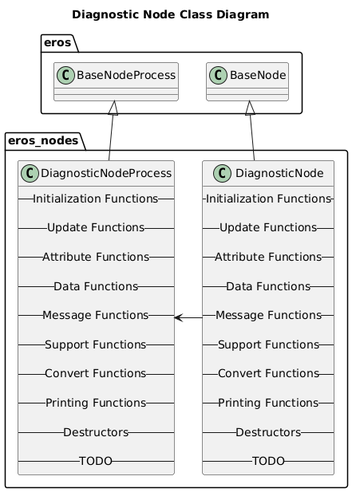
Above: nodes/DiagnosticNode/doc/output/DiagnosticNodeClassDiagram.png in dgitz/eros (PlantUML), before the change. Source of this version:
```plantuml
@startuml
title Diagnostic Node Class Diagram
package eros {
    class BaseNode
    class BaseNodeProcess
}
namespace eros_nodes {
    class DiagnosticNode {
        -- Initialization Functions --

        -- Update Functions --

        -- Attribute Functions --

        -- Data Functions --

        -- Message Functions --

        -- Support Functions --

        -- Convert Functions --

        -- Printing Functions --

        -- Destructors --

        -- TODO --
    }
    class DiagnosticNodeProcess {
        -- Initialization Functions --

        -- Update Functions --

        -- Attribute Functions --

        -- Data Functions --

        -- Message Functions --

        -- Support Functions --

        -- Convert Functions --

        -- Printing Functions --

        -- Destructors --

        -- TODO --
    }

    BaseNode <|-- DiagnosticNode
    BaseNodeProcess <|-- DiagnosticNodeProcess
    DiagnosticNode -> DiagnosticNodeProcess
}

@enduml
```
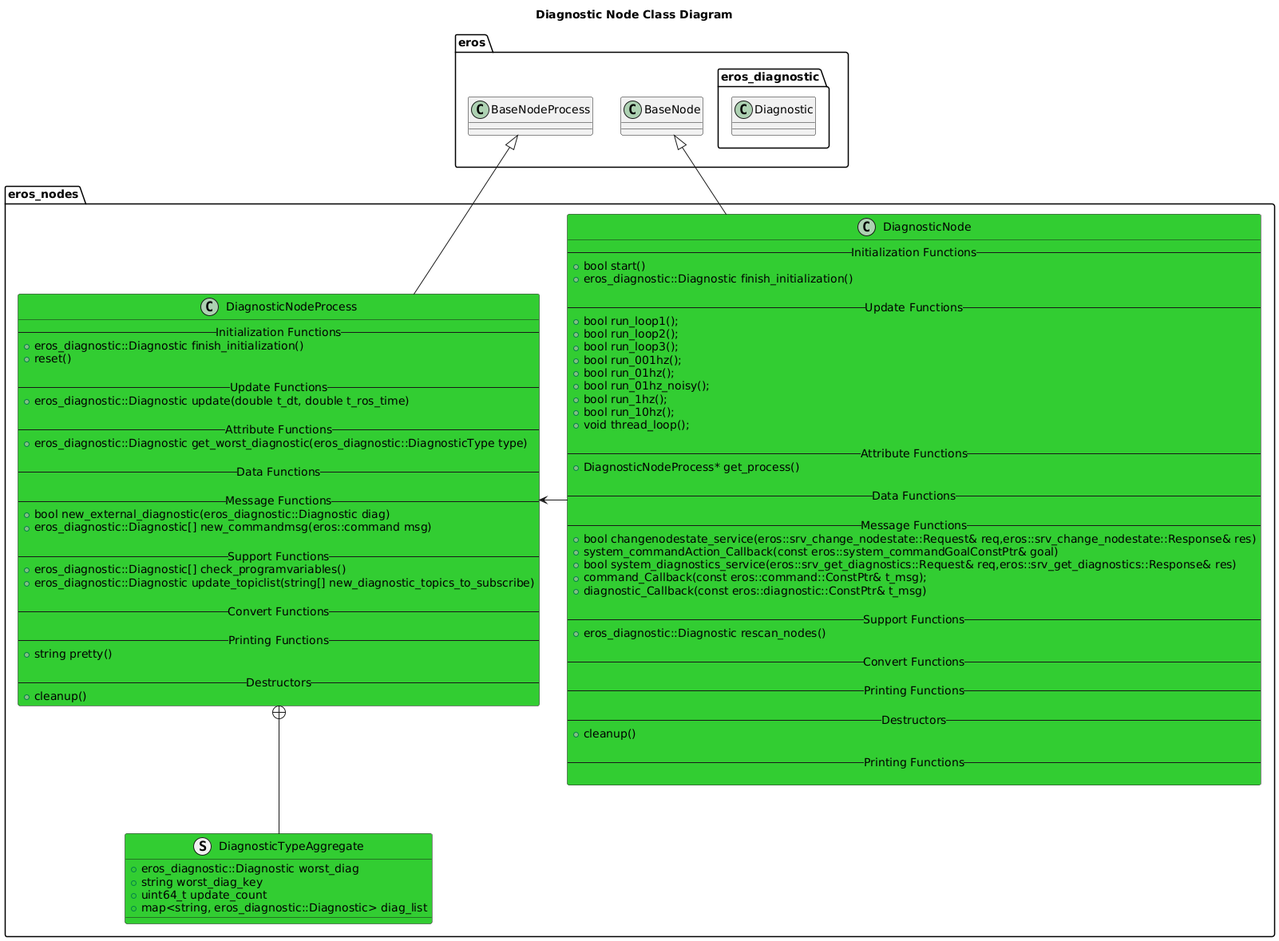
After the change.

Change to the diagram source:
```diff
@@ -3,50 +3,88 @@
 package eros {
     class BaseNode
     class BaseNodeProcess
+    namespace eros_diagnostic {
+        class Diagnostic
+    }
 }
 namespace eros_nodes {
-    class DiagnosticNode {
+    class DiagnosticNode #LimeGreen {
         -- Initialization Functions --
+        +bool start()
+        +eros_diagnostic::Diagnostic finish_initialization()
 
         -- Update Functions --
+        +bool run_loop1();
+        +bool run_loop2();
+        +bool run_loop3();
+        +bool run_001hz();
+        +bool run_01hz();
+        +bool run_01hz_noisy();
+        +bool run_1hz();
+        +bool run_10hz();
+        +void thread_loop();
 
         -- Attribute Functions --
+        +DiagnosticNodeProcess* get_process()
 
         -- Data Functions --
 
         -- Message Functions --
+        +bool changenodestate_service(eros::srv_change_nodestate::Request& req,eros::srv_change_nodestate::Response& res)
+        +system_commandAction_Callback(const eros::system_commandGoalConstPtr& goal)
+        +bool system_diagnostics_service(eros::srv_get_diagnostics::Request& req,eros::srv_get_diagnostics::Response& res)
+        +command_Callback(const eros::command::ConstPtr& t_msg);
+        +diagnostic_Callback(const eros::diagnostic::ConstPtr& t_msg)
 
         -- Support Functions --
+        +eros_diagnostic::Diagnostic rescan_nodes()
 
         -- Convert Functions --
 
         -- Printing Functions --
 
         -- Destructors --
+        +cleanup()
 
-        -- TODO --
+        -- Printing Functions --
+
     }
-    class DiagnosticNodeProcess {
+    struct DiagnosticTypeAggregate #LimeGreen {
+        +eros_diagnostic::Diagnostic worst_diag
+        +string worst_diag_key
+        +uint64_t update_count
+        +map<string, eros_diagnostic::Diagnostic> diag_list
+    }
+    class DiagnosticNodeProcess #LimeGreen {
         -- Initialization Functions --
+        +eros_diagnostic::Diagnostic finish_initialization()
+        +reset()
 
         -- Update Functions --
+        +eros_diagnostic::Diagnostic update(double t_dt, double t_ros_time)
 
         -- Attribute Functions --
+        +eros_diagnostic::Diagnostic get_worst_diagnostic(eros_diagnostic::DiagnosticType type)
 
         -- Data Functions --
 
         -- Message Functions --
+        +bool new_external_diagnostic(eros_diagnostic::Diagnostic diag)
+        +eros_diagnostic::Diagnostic[] new_commandmsg(eros::command msg)
 
         -- Support Functions --
+        +eros_diagnostic::Diagnostic[] check_programvariables()
+        +eros_diagnostic::Diagnostic update_topiclist(string[] new_diagnostic_topics_to_subscribe)
 
         -- Convert Functions --
 
         -- Printing Functions --
+        +string pretty()
 
         -- Destructors --
-
-        -- TODO --
+        +cleanup()
     }
+    DiagnosticNodeProcess +-- DiagnosticTypeAggregate
 
     BaseNode <|-- DiagnosticNode
     BaseNodeProcess <|-- DiagnosticNodeProcess
```
